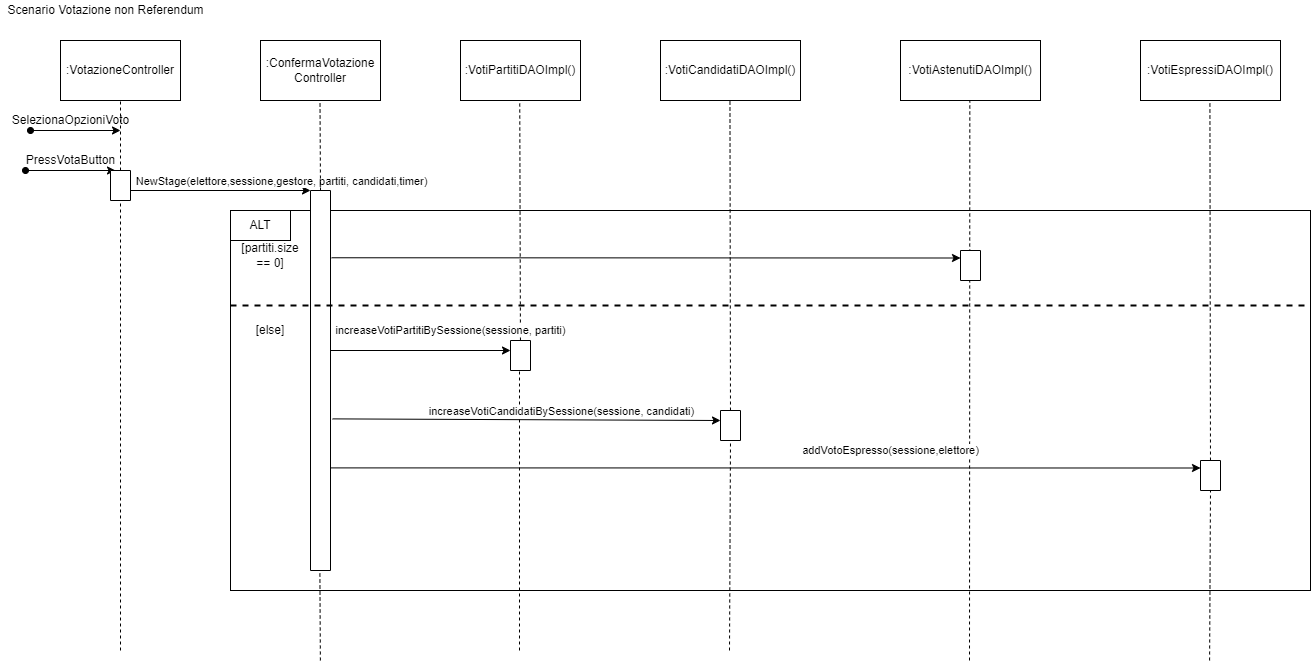
Before: docs/Images Diagrams/SeqDiagram Votazione Image.png, a diagram exported from draw.io (gbrsni/votoElettronico). Source tidied: cells renumbered, new cells last; positions are measured from the earlier drawing's top-left corner, leaving out a move shared by most shapes.
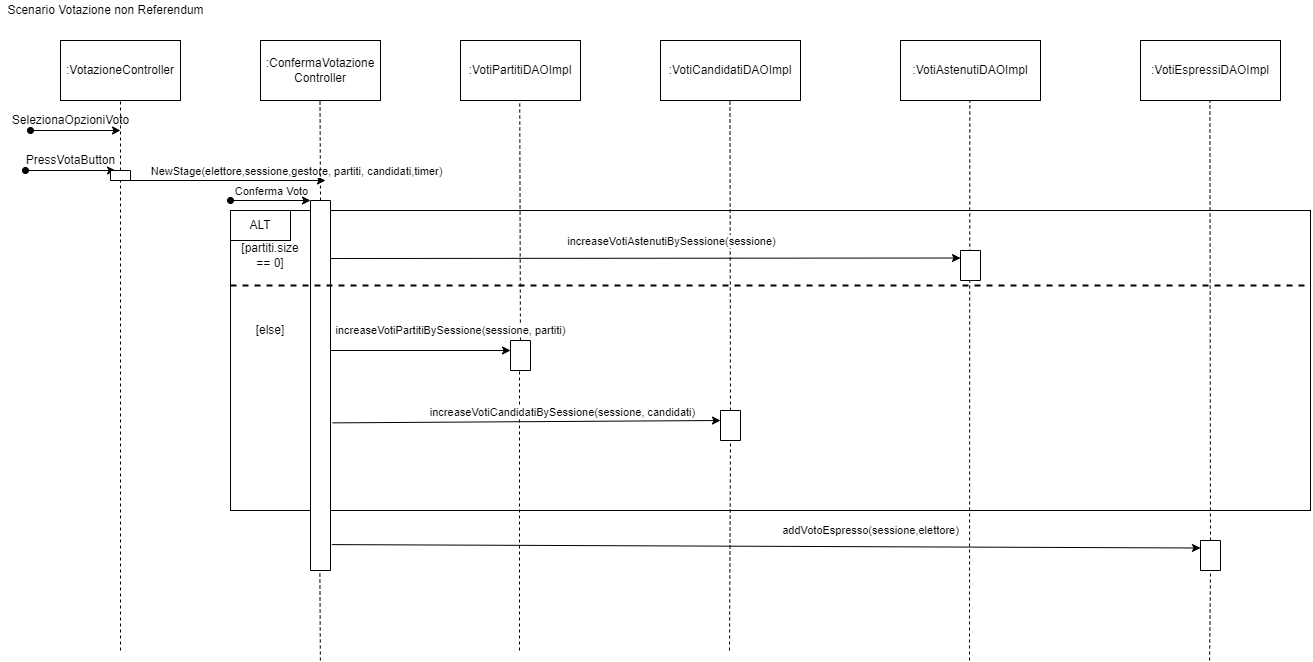
Above is the later version.

Commit message:
reload immagine

Diff of the diagram source:
```diff
@@ -3,7 +3,7 @@
     <mxCell id="0" />
     <mxCell id="1" parent="0" />
     <mxCell id="2" style="rounded=0;whiteSpace=wrap;html=1;" parent="1" vertex="1">
-      <mxGeometry x="230" y="210" width="1080" height="380" as="geometry" />
+      <mxGeometry x="230" y="210" width="1080" height="300" as="geometry" />
     </mxCell>
     <mxCell id="3" value=":VotazioneController" style="rounded=0;whiteSpace=wrap;html=1;" parent="1" vertex="1">
       <mxGeometry x="60" y="40" width="120" height="60" as="geometry" />
@@ -11,16 +11,16 @@
     <mxCell id="4" value=":ConfermaVotazione&lt;br&gt;Controller" style="rounded=0;whiteSpace=wrap;html=1;" parent="1" vertex="1">
       <mxGeometry x="260" y="40" width="120" height="60" as="geometry" />
     </mxCell>
-    <mxCell id="5" value=":VotiPartitiDAOImpl()&lt;span style=&quot;color: rgba(0, 0, 0, 0); font-family: monospace; font-size: 0px; text-align: start;&quot;&gt;%3CmxGraphModel%3E%3Croot%3E%3CmxCell%20id%3D%220%22%2F%3E%3CmxCell%20id%3D%221%22%20parent%3D%220%22%2F%3E%3CmxCell%20id%3D%222%22%20value%3D%22%3AVotazioneController%22%20style%3D%22rounded%3D0%3BwhiteSpace%3Dwrap%3Bhtml%3D1%3B%22%20vertex%3D%221%22%20parent%3D%221%22%3E%3CmxGeometry%20x%3D%22280%22%20y%3D%2250%22%20width%3D%22120%22%20height%3D%2260%22%20as%3D%22geometry%22%2F%3E%3C%2FmxCell%3E%3C%2Froot%3E%3C%2FmxGraphModel%3E&lt;/span&gt;" style="rounded=0;whiteSpace=wrap;html=1;" parent="1" vertex="1">
+    <mxCell id="5" value=":VotiPartitiDAOImpl&lt;span style=&quot;color: rgba(0 , 0 , 0 , 0) ; font-family: monospace ; font-size: 0px&quot;&gt;%3CmxGraphModel%3E%3Croot%3E%3CmxCell%20id%3D%220%22%2F%3E%3CmxCell%20id%3D%221%22%20parent%3D%220%22%2F%3E%3CmxCell%20id%3D%222%22%20value%3D%22%3AVotazioneController%22%20style%3D%22rounded%3D0%3BwhiteSpace%3Dwrap%3Bhtml%3D1%3B%22%20vertex%3D%221%22%20parent%3D%221%22%3E%3CmxGeometry%20x%3D%22280%22%20y%3D%2250%22%20width%3D%22120%22%20height%3D%2260%22%20as%3D%22geometry%22%2F%3E%3C%2FmxCell%3E%3C%2Froot%3E%3C%2FmxGraphModel%&lt;/span&gt;" style="rounded=0;whiteSpace=wrap;html=1;" parent="1" vertex="1">
       <mxGeometry x="460" y="40" width="120" height="60" as="geometry" />
     </mxCell>
-    <mxCell id="6" value=":VotiCandidatiDAOImpl()" style="rounded=0;whiteSpace=wrap;html=1;" parent="1" vertex="1">
+    <mxCell id="6" value=":VotiCandidatiDAOImpl" style="rounded=0;whiteSpace=wrap;html=1;" parent="1" vertex="1">
       <mxGeometry x="660" y="40" width="140" height="60" as="geometry" />
     </mxCell>
-    <mxCell id="7" value=":VotiAstenutiDAOImpl()" style="rounded=0;whiteSpace=wrap;html=1;" parent="1" vertex="1">
+    <mxCell id="7" value=":VotiAstenutiDAOImpl" style="rounded=0;whiteSpace=wrap;html=1;" parent="1" vertex="1">
       <mxGeometry x="900" y="40" width="140" height="60" as="geometry" />
     </mxCell>
-    <mxCell id="8" value=":VotiEspressiDAOImpl()" style="rounded=0;whiteSpace=wrap;html=1;" parent="1" vertex="1">
+    <mxCell id="8" value=":VotiEspressiDAOImpl" style="rounded=0;whiteSpace=wrap;html=1;" parent="1" vertex="1">
       <mxGeometry x="1140" y="40" width="140" height="60" as="geometry" />
     </mxCell>
     <mxCell id="9" style="endArrow=none;dashed=1;html=1;rounded=0;entryX=0.5;entryY=1;entryDx=0;entryDy=0;startArrow=none;" parent="1" edge="1" source="42" target="3">
@@ -47,24 +47,29 @@
     <mxCell id="14" value="Scenario Votazione non Referendum" style="text;html=1;align=center;verticalAlign=middle;strokeColor=none;fillColor=none;" parent="1" vertex="1">
       <mxGeometry width="210" height="20" as="geometry" />
     </mxCell>
-    <mxCell id="15" style="endArrow=classic;html=1;rounded=0;entryX=0;entryY=1;entryDx=0;entryDy=0;" parent="1" edge="1" target="18">
+    <mxCell id="15" style="endArrow=classic;html=1;rounded=0;" parent="1" edge="1">
       <mxGeometry relative="1" as="geometry">
-        <mxPoint x="120" y="190" as="sourcePoint" />
+        <mxPoint x="125" y="180" as="sourcePoint" />
+        <mxPoint x="325" y="180" as="targetPoint" />
       </mxGeometry>
     </mxCell>
     <mxCell id="16" value="NewStage(elettore,sessione,gestore, partiti, candidati,timer)" style="edgeLabel;html=1;align=center;verticalAlign=middle;" parent="15" vertex="1">
       <mxGeometry x="-0.47" y="2" relative="1" as="geometry">
-        <mxPoint x="110" y="-8" as="offset" />
+        <mxPoint x="117" y="-8" as="offset" />
       </mxGeometry>
     </mxCell>
+    <mxCell id="44" value="Conferma Voto&lt;br&gt;" style="edgeLabel;html=1;align=center;verticalAlign=middle;" parent="15" vertex="1">
+      <mxGeometry x="0.45" y="-4" relative="1" as="geometry">
+        <mxPoint y="6" as="offset" />
+      </mxGeometry>
+    </mxCell>
-    <mxCell id="17" style="endArrow=none;dashed=1;html=1;rounded=0;entryX=0.5;entryY=1;entryDx=0;entryDy=0;" parent="1" edge="1">
+    <mxCell id="17" style="endArrow=none;dashed=1;html=1;rounded=0;entryX=0.5;entryY=1;entryDx=0;entryDy=0;exitX=0;exitY=0.5;exitDx=0;exitDy=0;" parent="1" edge="1" source="18">
       <mxGeometry relative="1" as="geometry">
-        <mxPoint x="320" y="190" as="sourcePoint" />
         <mxPoint x="319.5" y="100" as="targetPoint" />
       </mxGeometry>
     </mxCell>
     <mxCell id="18" style="rounded=0;whiteSpace=wrap;html=1;direction=south;" parent="1" vertex="1">
-      <mxGeometry x="310" y="190" width="20" height="380" as="geometry" />
+      <mxGeometry x="310" y="200" width="20" height="370" as="geometry" />
     </mxCell>
     <mxCell id="19" style="endArrow=none;dashed=1;html=1;rounded=0;entryX=0.5;entryY=1;entryDx=0;entryDy=0;startArrow=none;" parent="1" edge="1" source="26">
       <mxGeometry relative="1" as="geometry">
@@ -90,9 +95,16 @@
     <mxCell id="23" style="rounded=0;whiteSpace=wrap;html=1;direction=south;" parent="1" vertex="1">
       <mxGeometry x="960" y="250" width="20" height="30" as="geometry" />
     </mxCell>
-    <mxCell id="24" style="endArrow=classic;html=1;rounded=0;entryX=0.25;entryY=1;entryDx=0;entryDy=0;exitX=0.177;exitY=-0.05;exitDx=0;exitDy=0;exitPerimeter=0;" parent="1" edge="1" source="18" target="23">
-      <mxGeometry relative="1" as="geometry" />
+    <mxCell id="24" style="endArrow=classic;html=1;rounded=0;entryX=0.25;entryY=1;entryDx=0;entryDy=0;" parent="1" edge="1" target="23">
+      <mxGeometry relative="1" as="geometry">
+        <mxPoint x="330" y="258" as="sourcePoint" />
+      </mxGeometry>
     </mxCell>
+    <mxCell id="45" value="increaseVotiAstenutiBySessione(sessione)&lt;br&gt;" style="edgeLabel;html=1;align=center;verticalAlign=middle;" parent="24" vertex="1">
+      <mxGeometry x="0.08" y="4" relative="1" as="geometry">
+        <mxPoint y="-13" as="offset" />
+      </mxGeometry>
+    </mxCell>
     <mxCell id="25" style="endArrow=none;dashed=1;html=1;rounded=0;entryX=1;entryY=0.25;entryDx=0;entryDy=0;exitX=0;exitY=0.25;exitDx=0;exitDy=0;strokeWidth=2;" parent="1" edge="1" source="2" target="2">
       <mxGeometry relative="1" as="geometry" />
     </mxCell>
@@ -129,18 +141,18 @@
       </mxGeometry>
     </mxCell>
     <mxCell id="33" style="rounded=0;whiteSpace=wrap;html=1;direction=south;" parent="1" vertex="1">
-      <mxGeometry x="1200" y="460" width="20" height="30" as="geometry" />
+      <mxGeometry x="1200" y="540" width="20" height="30" as="geometry" />
     </mxCell>
     <mxCell id="34" style="endArrow=none;dashed=1;html=1;rounded=0;entryX=1;entryY=0.5;entryDx=0;entryDy=0;" parent="1" edge="1" target="33">
       <mxGeometry relative="1" as="geometry">
         <mxPoint x="1209.1" y="660" as="sourcePoint" />
       </mxGeometry>
     </mxCell>
-    <mxCell id="35" style="endArrow=classic;html=1;rounded=0;exitX=0.73;exitY=0;exitDx=0;exitDy=0;exitPerimeter=0;entryX=0.25;entryY=1;entryDx=0;entryDy=0;" parent="1" edge="1" source="18" target="33">
+    <mxCell id="35" style="endArrow=classic;html=1;rounded=0;exitX=0.93;exitY=-0.069;exitDx=0;exitDy=0;exitPerimeter=0;entryX=0.25;entryY=1;entryDx=0;entryDy=0;" parent="1" edge="1" source="18" target="33">
       <mxGeometry relative="1" as="geometry" />
     </mxCell>
     <mxCell id="36" value="addVotoEspresso(sessione,elettore)" style="edgeLabel;html=1;align=center;verticalAlign=middle;" parent="1" vertex="1">
-      <mxGeometry x="890" y="450" as="geometry" />
+      <mxGeometry x="870" y="530" as="geometry" />
     </mxCell>
     <mxCell id="37" style="endArrow=none;dashed=1;html=1;rounded=0;entryX=0.5;entryY=1;entryDx=0;entryDy=0;" parent="1" edge="1">
       <mxGeometry relative="1" as="geometry">
@@ -161,12 +173,17 @@
       <mxGeometry x="240" y="240" width="60" height="30" as="geometry" />
     </mxCell>
     <mxCell id="42" style="rounded=0;whiteSpace=wrap;html=1;direction=south;" parent="1" vertex="1">
-      <mxGeometry x="110" y="170" width="20" height="30" as="geometry" />
+      <mxGeometry x="110" y="170" width="20" height="10" as="geometry" />
     </mxCell>
     <mxCell id="43" style="endArrow=none;dashed=1;html=1;rounded=0;entryX=1;entryY=0.5;entryDx=0;entryDy=0;" parent="1" edge="1" target="42">
       <mxGeometry relative="1" as="geometry">
         <mxPoint x="120" y="650" as="sourcePoint" />
       </mxGeometry>
     </mxCell>
+    <mxCell id="46" style="endArrow=classic;html=1;rounded=0;entryX=0;entryY=1;entryDx=0;entryDy=0;startArrow=oval;startFill=1;" parent="1" edge="1" target="18">
+      <mxGeometry relative="1" as="geometry">
+        <mxPoint x="230" y="200" as="sourcePoint" />
+      </mxGeometry>
+    </mxCell>
   </root>
 </mxGraphModel>
```
